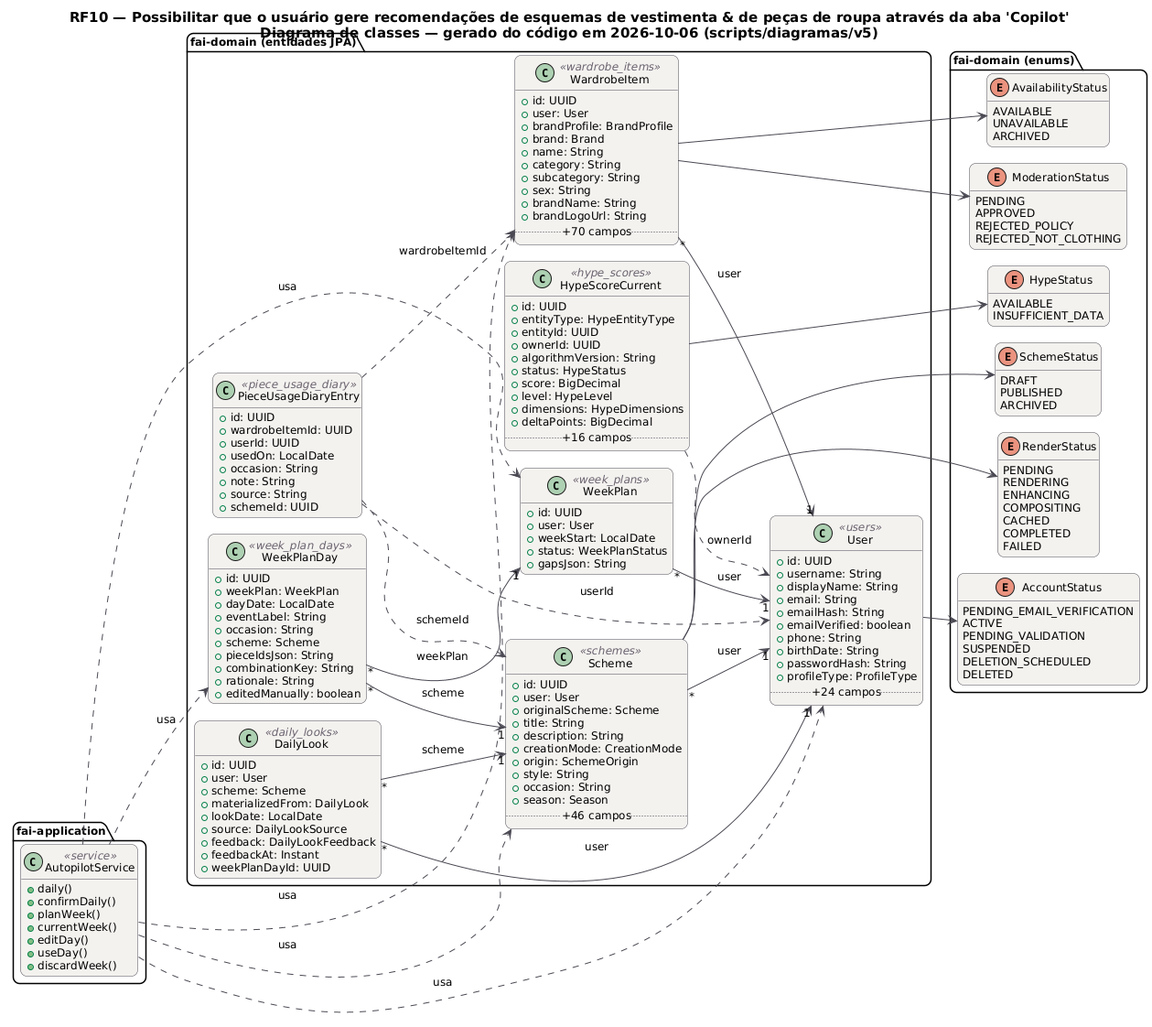
Earlier version of the PlantUML export docs/diagramas/RF10/RF10_Classes.png (MatheusHaliski/tcc-2026-fashion-ai-backend).
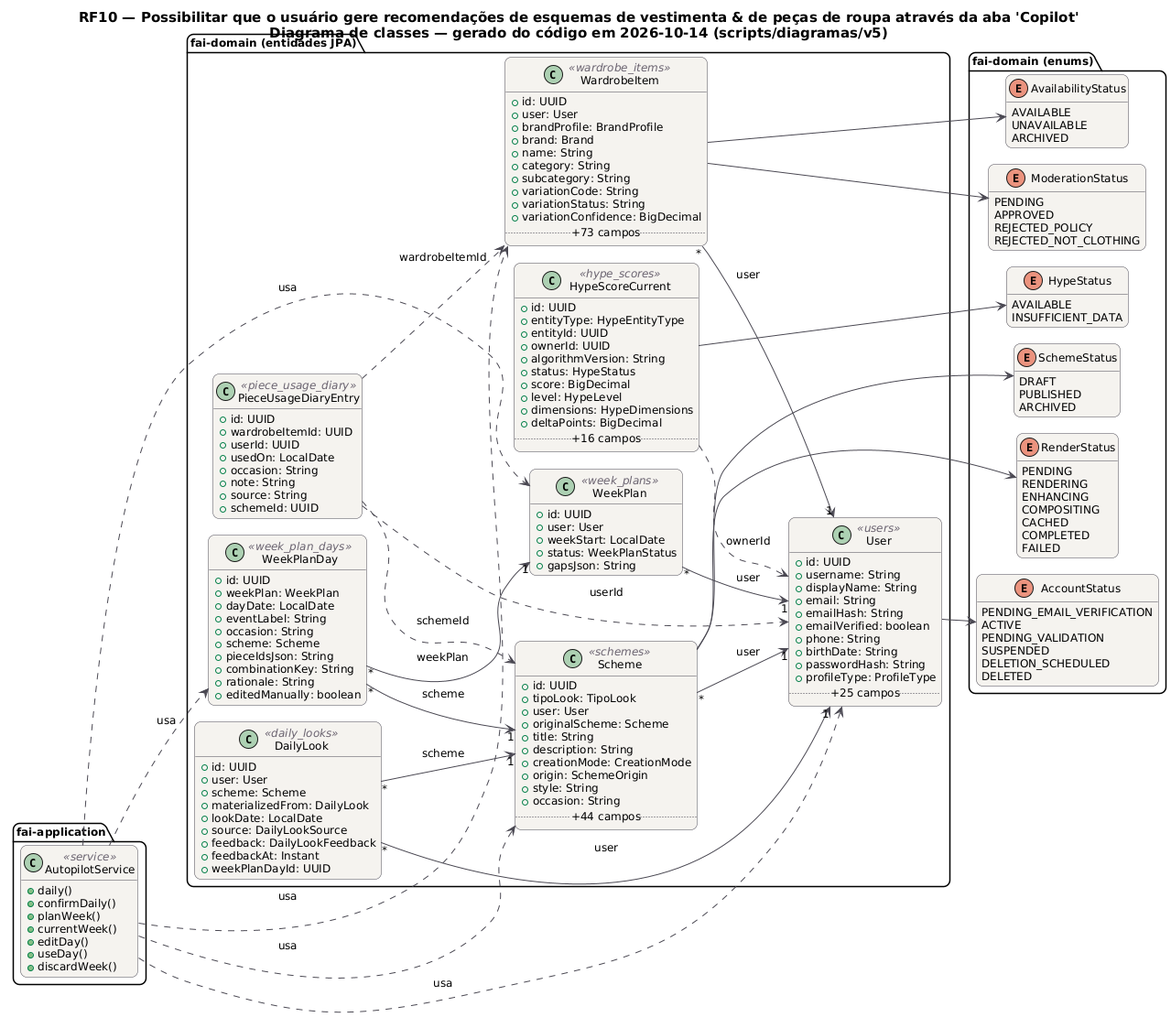
Later version of the same file.

Change to the diagram source:
```diff
@@ -20,7 +20,7 @@
 }
 hide empty members
 left to right direction
-title RF10 — Possibilitar que o usuário gere recomendações de esquemas de vestimenta & de peças de roupa através da aba 'Copilot'\nDiagrama de classes — gerado do código em 2026-10-06 (scripts/diagramas/v5)
+title RF10 — Possibilitar que o usuário gere recomendações de esquemas de vestimenta & de peças de roupa através da aba 'Copilot'\nDiagrama de classes — gerado do código em 2026-10-14 (scripts/diagramas/v5)
 
 package "fai-domain (entidades JPA)" {
   class DailyLook <<daily_looks>> {
@@ -59,6 +59,7 @@
   }
   class Scheme <<schemes>> {
     +id: UUID
+    +tipoLook: TipoLook
     +user: User
     +originalScheme: Scheme
     +title: String
@@ -67,8 +68,7 @@
     +origin: SchemeOrigin
     +style: String
     +occasion: String
-    +season: Season
-    .. +46 campos ..
+    .. +44 campos ..
   }
   class User <<users>> {
     +id: UUID
@@ -81,7 +81,7 @@
     +birthDate: String
     +passwordHash: String
     +profileType: ProfileType
-    .. +24 campos ..
+    .. +25 campos ..
   }
   class WardrobeItem <<wardrobe_items>> {
     +id: UUID
@@ -91,10 +91,10 @@
     +name: String
     +category: String
     +subcategory: String
-    +sex: String
-    +brandName: String
-    +brandLogoUrl: String
-    .. +70 campos ..
+    +variationCode: String
+    +variationStatus: String
+    +variationConfidence: BigDecimal
+    .. +73 campos ..
   }
   class WeekPlan <<week_plans>> {
     +id: UUID
```
